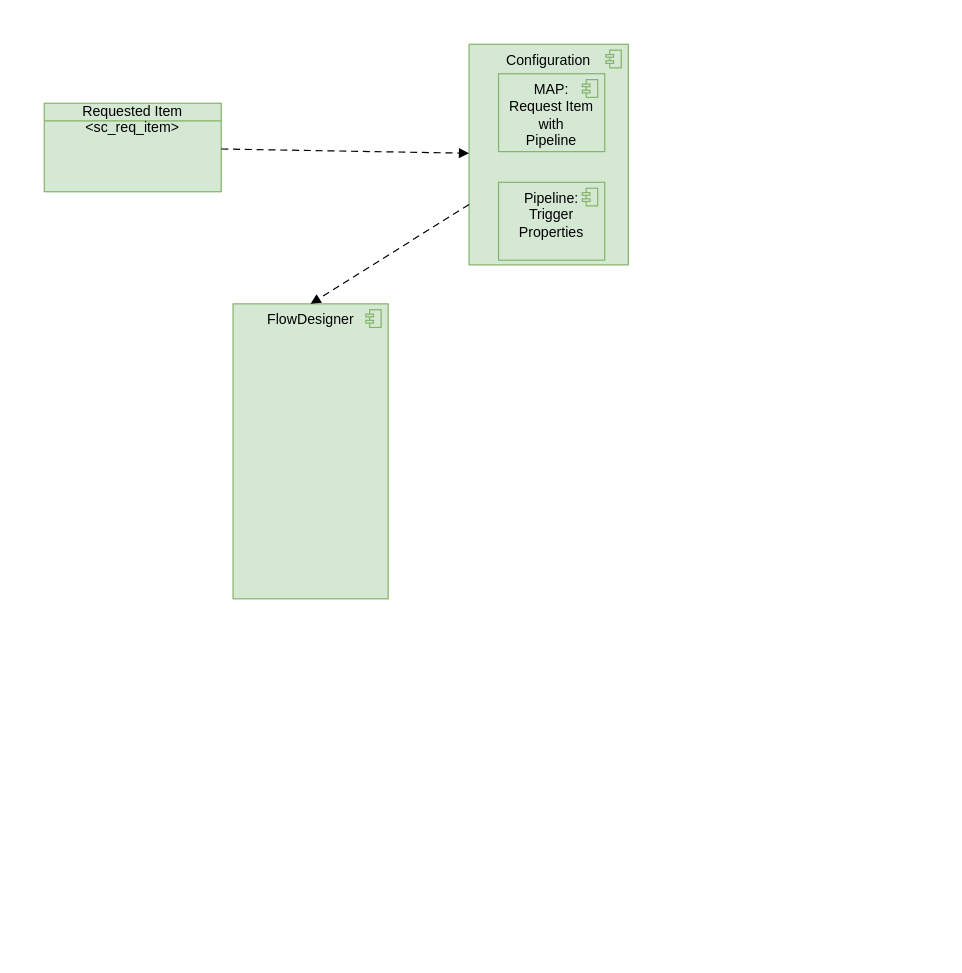
This is aldiCap.drawio from algimas/tmp, a draw.io file, before an edit. Source tidied: cells renumbered, new cells numbered last; positions are measured from the earlier drawing's top-left corner, leaving out a move shared by most shapes. Both pictures are drawn from the tidied source at 118%, with x=0, y=0 at pixel (44, 44).
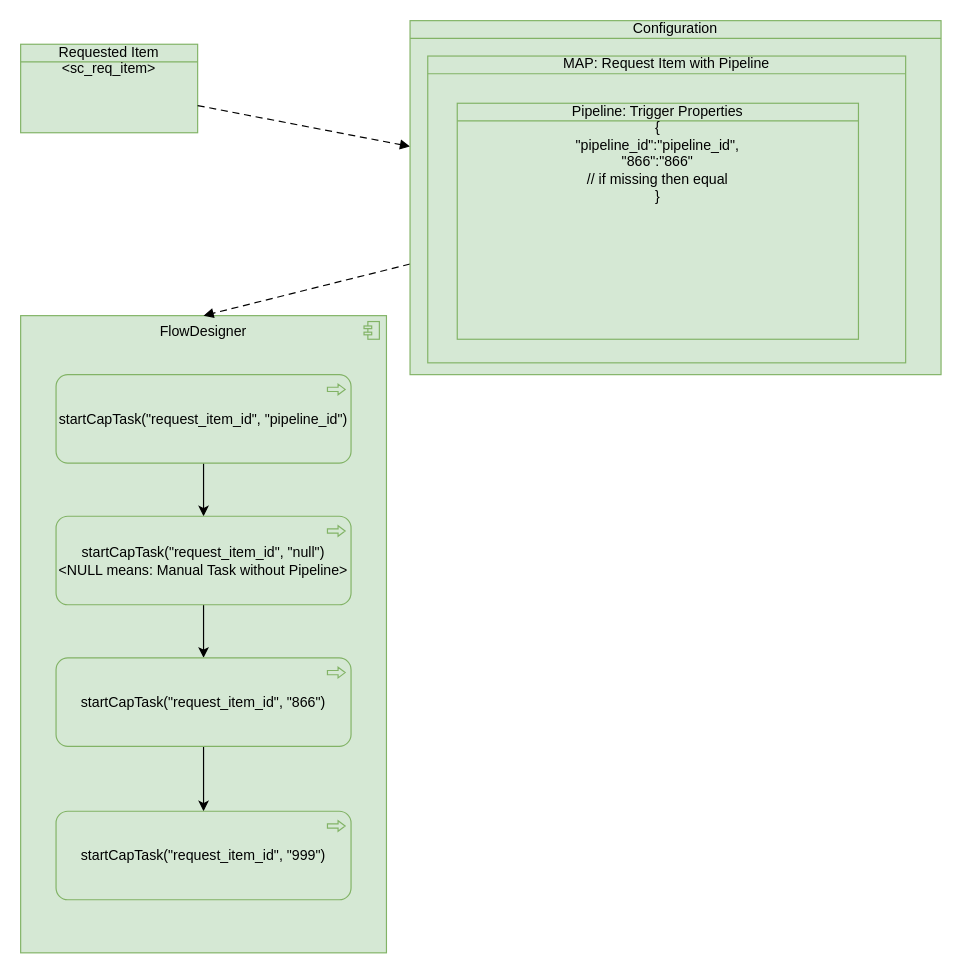
Above is the later version.

Change to the diagram source:
```diff
@@
 <mxGraphModel>
   <root>
     <mxCell id="0" />
     <mxCell id="1" parent="0" />
     <mxCell id="2" value="FlowDesigner" style="html=1;outlineConnect=0;whiteSpace=wrap;fillColor=#d5e8d4;shape=mxgraph.archimate3.application;appType=comp;archiType=square;verticalAlign=top;strokeColor=#82b366;" parent="1" vertex="1">
-      <mxGeometry x="160" y="220" width="131.5" height="250" as="geometry" />
+      <mxGeometry x="-20" y="230" width="310" height="540" as="geometry" />
     </mxCell>
     <mxCell id="3" value="Requested Item &amp;lt;sc_req_item&amp;gt;" style="html=1;outlineConnect=0;whiteSpace=wrap;fillColor=#d5e8d4;shape=mxgraph.archimate3.businessObject;overflow=fill;strokeColor=#82b366;" parent="1" vertex="1">
-      <mxGeometry y="50" width="150" height="75" as="geometry" />
+      <mxGeometry x="-20" width="150" height="75" as="geometry" />
     </mxCell>
+    <mxCell id="7" style="html=1;endArrow=block;dashed=1;elbow=vertical;endFill=1;dashPattern=6 4;rounded=0;" parent="1" edge="1" source="3" target="4">
+      <mxGeometry relative="1" as="geometry" />
+    </mxCell>
+    <mxCell id="8" style="html=1;endArrow=block;dashed=1;elbow=vertical;endFill=1;dashPattern=6 4;rounded=0;entryX=0.5;entryY=0;entryDx=0;entryDy=0;entryPerimeter=0;" parent="1" edge="1" source="4" target="2">
+      <mxGeometry relative="1" as="geometry" />
+    </mxCell>
-    <mxCell id="4" value="Configuration" style="html=1;outlineConnect=0;whiteSpace=wrap;fillColor=#d5e8d4;shape=mxgraph.archimate3.application;appType=comp;archiType=square;verticalAlign=top;strokeColor=#82b366;" parent="1" vertex="1">
-      <mxGeometry x="360" width="135" height="187" as="geometry" />
+    <mxCell id="4" value="Configuration" style="html=1;outlineConnect=0;whiteSpace=wrap;fillColor=#d5e8d4;shape=mxgraph.archimate3.businessObject;overflow=fill;strokeColor=#82b366;" parent="1" vertex="1">
+      <mxGeometry x="310" y="-20" width="450" height="300" as="geometry" />
     </mxCell>
-    <mxCell id="5" value="&lt;div&gt;MAP: &lt;br&gt;&lt;/div&gt;&lt;div&gt;Request Item &lt;br&gt;&lt;/div&gt;&lt;div&gt;with&lt;/div&gt;&lt;div&gt;Pipeline&lt;br&gt;&lt;/div&gt;" style="html=1;whiteSpace=wrap;fillColor=#d5e8d4;shape=mxgraph.archimate3.application;appType=comp;archiType=square;verticalAlign=top;strokeColor=#82b366;" parent="1" vertex="1">
-      <mxGeometry x="385" y="25" width="90" height="66" as="geometry" />
+    <mxCell id="5" value="&lt;div&gt;MAP: Request Item with Pipeline&lt;br&gt;&lt;/div&gt;" style="html=1;whiteSpace=wrap;fillColor=#d5e8d4;shape=mxgraph.archimate3.businessObject;overflow=fill;strokeColor=#82b366;" parent="1" vertex="1">
+      <mxGeometry x="325" y="10" width="405" height="260" as="geometry" />
     </mxCell>
-    <mxCell id="6" value="&lt;div&gt;Pipeline: &lt;br&gt;&lt;/div&gt;&lt;div&gt;Trigger Properties &lt;/div&gt;" style="html=1;whiteSpace=wrap;fillColor=#d5e8d4;shape=mxgraph.archimate3.application;appType=comp;archiType=square;verticalAlign=top;strokeColor=#82b366;" parent="1" vertex="1">
-      <mxGeometry x="385" y="117" width="90" height="66" as="geometry" />
-    </mxCell>
-    <mxCell id="7" style="html=1;endArrow=block;dashed=1;elbow=vertical;endFill=1;dashPattern=6 4;rounded=0;" parent="1" edge="1" source="3" target="4">
-      <mxGeometry relative="1" as="geometry" />
-    </mxCell>
-    <mxCell id="8" style="html=1;endArrow=block;dashed=1;elbow=vertical;endFill=1;dashPattern=6 4;rounded=0;entryX=0.5;entryY=0;entryDx=0;entryDy=0;entryPerimeter=0;" parent="1" edge="1" source="4" target="2">
-      <mxGeometry relative="1" as="geometry" />
-    </mxCell>
+    <mxCell id="9" value="&lt;div&gt;Pipeline: Trigger Properties &lt;br&gt;&lt;/div&gt;&lt;div&gt;{ &lt;br&gt;&lt;/div&gt;&lt;div&gt;&quot;pipeline_id&quot;:&quot;pipeline_id&quot;,&lt;br&gt;&lt;/div&gt;&lt;div&gt;&quot;866&quot;:&quot;866&quot;&lt;/div&gt;&lt;div&gt;// if missing then equal&lt;br&gt;&lt;/div&gt;&lt;div&gt;}&lt;br&gt;&lt;/div&gt;" style="html=1;whiteSpace=wrap;fillColor=#d5e8d4;shape=mxgraph.archimate3.businessObject;overflow=fill;strokeColor=#82b366;" parent="1" vertex="1">
+      <mxGeometry x="350" y="50" width="340" height="200" as="geometry" />
+    </mxCell>
+    <mxCell id="10" style="edgeStyle=orthogonalEdgeStyle;rounded=0;jettySize=auto;html=1;" parent="1" edge="1" source="11" target="13">
+      <mxGeometry relative="1" as="geometry" />
+    </mxCell>
+    <mxCell id="11" value="startCapTask(&quot;request_item_id&quot;, &quot;pipeline_id&quot;)" style="html=1;outlineConnect=0;whiteSpace=wrap;fillColor=#d5e8d4;shape=mxgraph.archimate3.application;appType=proc;archiType=rounded;strokeColor=#82b366;" parent="1" vertex="1">
+      <mxGeometry x="10" y="280" width="250" height="75" as="geometry" />
+    </mxCell>
+    <mxCell id="12" style="edgeStyle=orthogonalEdgeStyle;rounded=0;jettySize=auto;html=1;" parent="1" edge="1" source="13" target="15">
+      <mxGeometry relative="1" as="geometry" />
+    </mxCell>
+    <mxCell id="13" value="&lt;div&gt;startCapTask(&quot;request_item_id&quot;, &quot;null&quot;)&lt;/div&gt;&lt;div&gt;&amp;lt;NULL means: Manual Task without Pipeline&amp;gt;&lt;br&gt;&lt;/div&gt;" style="html=1;outlineConnect=0;whiteSpace=wrap;fillColor=#d5e8d4;shape=mxgraph.archimate3.application;appType=proc;archiType=rounded;strokeColor=#82b366;" parent="1" vertex="1">
+      <mxGeometry x="10" y="400" width="250" height="75" as="geometry" />
+    </mxCell>
+    <mxCell id="14" style="edgeStyle=orthogonalEdgeStyle;rounded=0;jettySize=auto;html=1;" parent="1" edge="1" source="15" target="16">
+      <mxGeometry relative="1" as="geometry" />
+    </mxCell>
+    <mxCell id="15" value="startCapTask(&quot;request_item_id&quot;, &quot;866&quot;)" style="html=1;outlineConnect=0;whiteSpace=wrap;fillColor=#d5e8d4;shape=mxgraph.archimate3.application;appType=proc;archiType=rounded;strokeColor=#82b366;" parent="1" vertex="1">
+      <mxGeometry x="10" y="520" width="250" height="75" as="geometry" />
+    </mxCell>
+    <mxCell id="16" value="startCapTask(&quot;request_item_id&quot;, &quot;999&quot;)" style="html=1;outlineConnect=0;whiteSpace=wrap;fillColor=#d5e8d4;shape=mxgraph.archimate3.application;appType=proc;archiType=rounded;strokeColor=#82b366;" parent="1" vertex="1">
+      <mxGeometry x="10" y="650" width="250" height="75" as="geometry" />
+    </mxCell>
   </root>
 </mxGraphModel>
```
